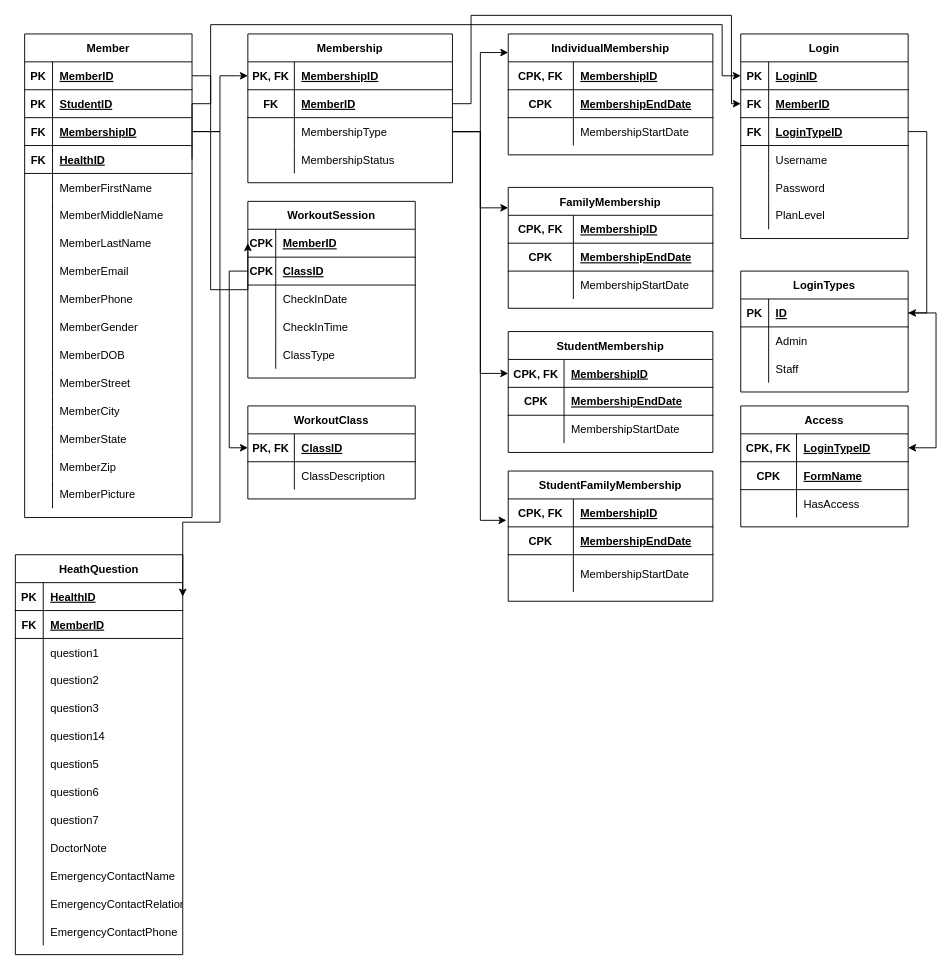
This is Untitled Diagram.drawio from aayushbhurtel/gym-management-system, a draw.io file, before an edit. Source tidied: cells renumbered, new cells numbered last; positions are measured from the earlier drawing's top-left corner, leaving out a move shared by most shapes. Both pictures are drawn from the tidied source at 93%, with x=0, y=0 at pixel (15, 15).
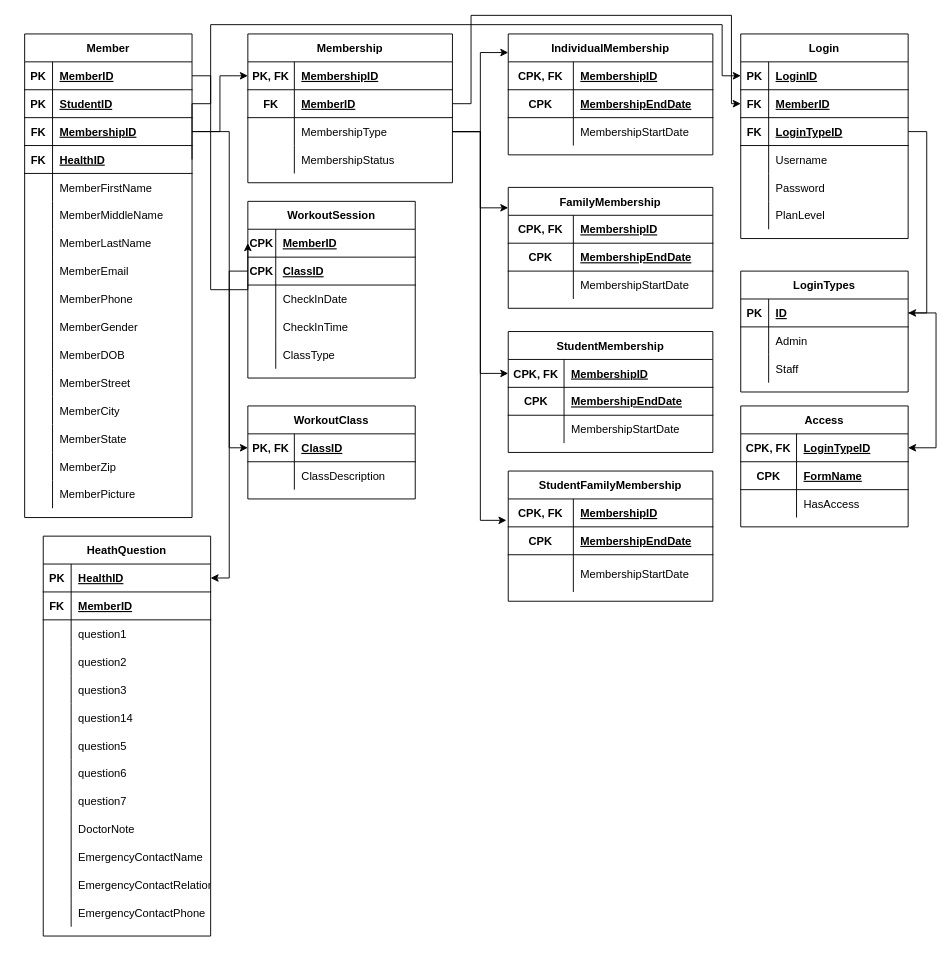
The same page after the edit.

Unchanged cells that the change refers to:
```xml
<mxCell id="12" style="shape=tableRow;horizontal=0;startSize=0;swimlaneHead=0;swimlaneBody=0;fillColor=none;points=[[0,0.5],[1,0.5]];portConstraint=eastwest;top=0;left=0;right=0;bottom=1;" parent="2" vertex="1">
  <mxGeometry y="120" width="180" height="30" as="geometry" />
</mxCell>
<mxCell id="65" style="shape=tableRow;horizontal=0;startSize=0;swimlaneHead=0;swimlaneBody=0;fillColor=none;points=[[0,0.5],[1,0.5]];portConstraint=eastwest;top=0;left=0;right=0;bottom=1;" parent="64" vertex="1">
  <mxGeometry y="30" width="180" height="30" as="geometry" />
</mxCell>
```

Diff of the diagram source:
```diff
@@
     <mxCell id="64" value="HeathQuestion" style="shape=table;startSize=30;childLayout=tableLayout;rowLines=0;fontStyle=1;align=center;" parent="1" vertex="1">
-      <mxGeometry y="580" width="180" height="430" as="geometry" />
+      <mxGeometry x="30" y="560" width="180" height="430" as="geometry" />
     </mxCell>
@@
-    <mxCell id="171" style="edgeStyle=orthogonalEdgeStyle;rounded=0;jettySize=auto;html=1;exitX=1;exitY=0.5;exitDx=0;exitDy=0;entryX=1;entryY=0.5;entryDx=0;entryDy=0;" parent="1" edge="1" source="12" target="65">
+    <mxCell id="171" style="edgeStyle=orthogonalEdgeStyle;rounded=0;jettySize=auto;html=1;exitX=1;exitY=0.5;exitDx=0;exitDy=0;" parent="1" edge="1" source="12">
       <mxGeometry relative="1" as="geometry">
+        <mxPoint x="210" y="605" as="targetPoint" />
         <Array as="points">
-          <mxPoint x="220" y="125" />
-          <mxPoint x="220" y="545" />
+          <mxPoint x="190" y="125" />
+          <mxPoint x="230" y="125" />
+          <mxPoint x="230" y="605" />
         </Array>
       </mxGeometry>
     </mxCell>
```
